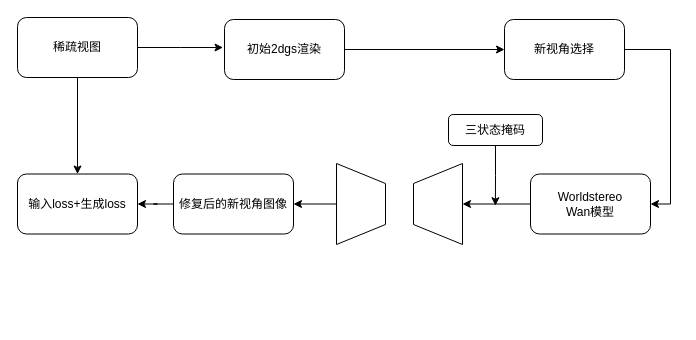
This is pipelineICLR.drawio from zzcPeace/draw.io, a draw.io file, before an edit. Source tidied: cells renumbered, new cells numbered last; positions are measured from the earlier drawing's top-left corner, leaving out a move shared by most shapes. Both pictures are drawn from the tidied source at 100%, with x=0, y=0 at pixel (17, 17).
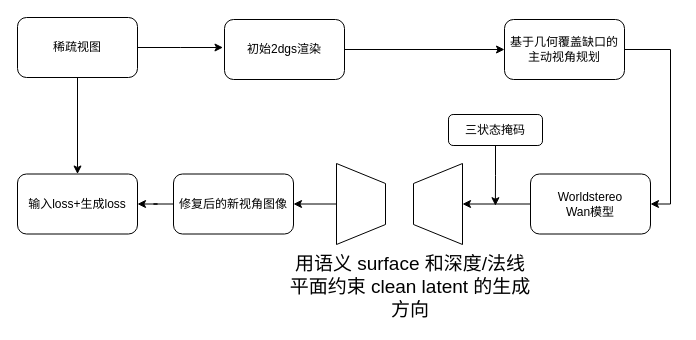
The same diagram, later.

Diff of the diagram source:
```diff
@@
-    <mxCell id="8" value="新视角选择" style="rounded=1;whiteSpace=wrap;html=1;" parent="1" vertex="1">
+    <mxCell id="8" value="基于几何覆盖缺口的主动视角规划" style="rounded=1;whiteSpace=wrap;html=1;" parent="1" vertex="1">
       <mxGeometry x="487" y="2" width="120" height="60" as="geometry" />
     </mxCell>
@@
+    <mxCell id="19" value="&lt;div class=&quot;lake-content&quot;&gt;&lt;span class=&quot;ne-text&quot; style=&quot;font-size: 19px&quot;&gt;用语义 surface 和深度/法线平面约束 clean latent 的生成方向&lt;/span&gt;&lt;/div&gt;" style="text;html=1;whiteSpace=wrap;strokeColor=none;fillColor=none;align=center;verticalAlign=middle;rounded=0;" parent="1" vertex="1">
+      <mxGeometry x="268" y="235" width="250" height="70" as="geometry" />
+    </mxCell>
```
